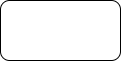
This is Images/CrossEncoder/random_erasing_v2.png from PDD0911-HCMUS/SG-Retrieval, a draw.io export, as it was before one commit. Source tidied: cells renumbered, new cells last; positions are measured from the earlier drawing's top-left corner, leaving out a move shared by most shapes.
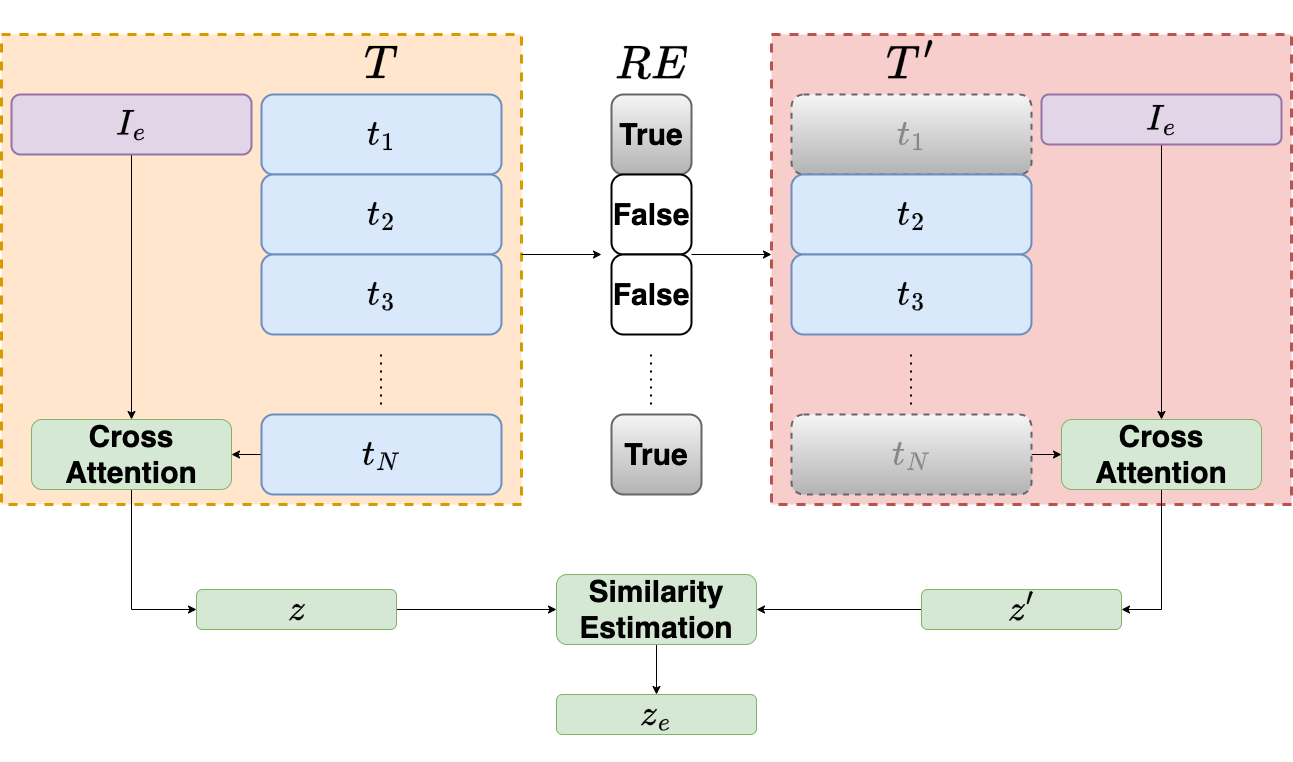
Above is the later version.

Change to the diagram source:
```diff
@@ -1,9 +1,138 @@
-<mxGraphModel>
+<mxGraphModel math="1">
   <root>
     <mxCell id="0" />
     <mxCell id="1" parent="0" />
+    <mxCell id="3" style="rounded=0;whiteSpace=wrap;html=1;dashed=1;fillColor=#f8cecc;strokeColor=#b85450;strokeWidth=3;" parent="1" vertex="1">
+      <mxGeometry x="510" y="-60" width="520" height="470" as="geometry" />
+    </mxCell>
+    <mxCell id="4" style="rounded=0;whiteSpace=wrap;html=1;dashed=1;fillColor=#ffe6cc;strokeColor=#d79b00;strokeWidth=3;" parent="1" vertex="1">
+      <mxGeometry x="-260" y="-60" width="520" height="470" as="geometry" />
+    </mxCell>
-    <mxCell id="2" style="rounded=1;whiteSpace=wrap;html=1;" parent="1" vertex="1">
-      <mxGeometry width="120" height="60" as="geometry" />
+    <mxCell id="2" value="$$t_1$$" style="rounded=1;whiteSpace=wrap;html=1;fontSize=30;fontStyle=1;fillColor=#dae8fc;strokeColor=#6c8ebf;strokeWidth=2;" parent="1" vertex="1">
+      <mxGeometry width="240" height="80" as="geometry" />
     </mxCell>
+    <mxCell id="5" value="$$t_2$$" style="rounded=1;whiteSpace=wrap;html=1;fontSize=30;fontStyle=1;fillColor=#dae8fc;strokeColor=#6c8ebf;strokeWidth=2;" parent="1" vertex="1">
+      <mxGeometry y="80" width="240" height="80" as="geometry" />
+    </mxCell>
+    <mxCell id="6" value="$$t_3$$" style="rounded=1;whiteSpace=wrap;html=1;fontSize=30;fontStyle=1;fillColor=#dae8fc;strokeColor=#6c8ebf;strokeWidth=2;" parent="1" vertex="1">
+      <mxGeometry y="160" width="240" height="80" as="geometry" />
+    </mxCell>
+    <mxCell id="7" style="edgeStyle=orthogonalEdgeStyle;rounded=0;jettySize=auto;html=1;entryX=1;entryY=0.5;entryDx=0;entryDy=0;" parent="1" edge="1" source="8" target="33">
+      <mxGeometry relative="1" as="geometry" />
+    </mxCell>
+    <mxCell id="8" value="$$t_N$$" style="rounded=1;whiteSpace=wrap;html=1;fontSize=30;fontStyle=1;fillColor=#dae8fc;strokeColor=#6c8ebf;strokeWidth=2;" parent="1" vertex="1">
+      <mxGeometry y="320" width="240" height="80" as="geometry" />
+    </mxCell>
+    <mxCell id="9" style="endArrow=none;dashed=1;html=1;dashPattern=1 3;strokeWidth=2;rounded=0;fontSize=30;fontStyle=1;" parent="1" edge="1">
+      <mxGeometry relative="1" as="geometry">
+        <mxPoint x="119.5" y="310" as="sourcePoint" />
+        <mxPoint x="119.5" y="260" as="targetPoint" />
+      </mxGeometry>
+    </mxCell>
+    <mxCell id="10" value="True" style="rounded=1;whiteSpace=wrap;html=1;fontSize=30;fontStyle=1;fillColor=#f5f5f5;gradientColor=#b3b3b3;strokeColor=#666666;strokeWidth=2;" parent="1" vertex="1">
+      <mxGeometry x="350" width="80" height="80" as="geometry" />
+    </mxCell>
+    <mxCell id="11" value="False" style="rounded=1;whiteSpace=wrap;html=1;fontSize=30;fontStyle=1;strokeWidth=2;" parent="1" vertex="1">
+      <mxGeometry x="350" y="80" width="80" height="80" as="geometry" />
+    </mxCell>
+    <mxCell id="12" value="False" style="rounded=1;whiteSpace=wrap;html=1;fontSize=30;fontStyle=1;strokeWidth=2;" parent="1" vertex="1">
+      <mxGeometry x="350" y="160" width="80" height="80" as="geometry" />
+    </mxCell>
+    <mxCell id="13" value="True" style="rounded=1;whiteSpace=wrap;html=1;fontSize=30;fontStyle=1;fillColor=#f5f5f5;gradientColor=#b3b3b3;strokeColor=#666666;strokeWidth=2;" parent="1" vertex="1">
+      <mxGeometry x="350" y="320" width="90" height="80" as="geometry" />
+    </mxCell>
+    <mxCell id="14" style="endArrow=none;dashed=1;html=1;dashPattern=1 3;strokeWidth=2;rounded=0;fontSize=30;fontStyle=1;" parent="1" edge="1">
+      <mxGeometry relative="1" as="geometry">
+        <mxPoint x="389.5" y="310" as="sourcePoint" />
+        <mxPoint x="389.5" y="260" as="targetPoint" />
+      </mxGeometry>
+    </mxCell>
+    <mxCell id="15" value="$$t_1$$" style="rounded=1;whiteSpace=wrap;html=1;fontSize=30;fontStyle=1;fillColor=#f5f5f5;strokeColor=#666666;gradientColor=#b3b3b3;fontColor=#878787;strokeWidth=2;dashed=1;" parent="1" vertex="1">
+      <mxGeometry x="530" width="240" height="80" as="geometry" />
+    </mxCell>
+    <mxCell id="16" value="$$t_2$$" style="rounded=1;whiteSpace=wrap;html=1;fontSize=30;fontStyle=1;strokeWidth=2;fillColor=#dae8fc;strokeColor=#6c8ebf;" parent="1" vertex="1">
+      <mxGeometry x="530" y="80" width="240" height="80" as="geometry" />
+    </mxCell>
+    <mxCell id="17" value="$$t_3$$" style="rounded=1;whiteSpace=wrap;html=1;fontSize=30;fontStyle=1;strokeWidth=2;fillColor=#dae8fc;strokeColor=#6c8ebf;" parent="1" vertex="1">
+      <mxGeometry x="530" y="160" width="240" height="80" as="geometry" />
+    </mxCell>
+    <mxCell id="18" style="edgeStyle=orthogonalEdgeStyle;rounded=0;jettySize=auto;html=1;entryX=0;entryY=0.5;entryDx=0;entryDy=0;" parent="1" edge="1" source="19" target="39">
+      <mxGeometry relative="1" as="geometry" />
+    </mxCell>
+    <mxCell id="19" value="$$t_N$$" style="rounded=1;whiteSpace=wrap;html=1;fontSize=30;fontStyle=1;fillColor=#f5f5f5;strokeColor=#666666;gradientColor=#b3b3b3;fontColor=#878787;strokeWidth=2;dashed=1;" parent="1" vertex="1">
+      <mxGeometry x="530" y="320" width="240" height="80" as="geometry" />
+    </mxCell>
+    <mxCell id="20" style="endArrow=none;dashed=1;html=1;dashPattern=1 3;strokeWidth=2;rounded=0;fontSize=30;fontStyle=1;" parent="1" edge="1">
+      <mxGeometry relative="1" as="geometry">
+        <mxPoint x="649.5" y="310" as="sourcePoint" />
+        <mxPoint x="649.5" y="260" as="targetPoint" />
+      </mxGeometry>
+    </mxCell>
+    <mxCell id="21" value="$$T$$" style="text;html=1;align=center;verticalAlign=middle;whiteSpace=wrap;rounded=0;fontSize=40;strokeWidth=2;" parent="1" vertex="1">
+      <mxGeometry x="105" y="-50" width="30" height="40" as="geometry" />
+    </mxCell>
+    <mxCell id="22" value="$$RE$$" style="text;html=1;align=center;verticalAlign=middle;whiteSpace=wrap;rounded=0;fontSize=40;strokeWidth=2;" parent="1" vertex="1">
+      <mxGeometry x="375" y="-50" width="30" height="40" as="geometry" />
+    </mxCell>
+    <mxCell id="23" value="$$T'$$" style="text;html=1;align=center;verticalAlign=middle;whiteSpace=wrap;rounded=0;fontSize=40;strokeWidth=2;" parent="1" vertex="1">
+      <mxGeometry x="635" y="-50" width="30" height="40" as="geometry" />
+    </mxCell>
+    <mxCell id="24" style="endArrow=classic;html=1;rounded=0;" parent="1" edge="1">
+      <mxGeometry relative="1" as="geometry">
+        <mxPoint x="260" y="160" as="sourcePoint" />
+        <mxPoint x="340" y="160" as="targetPoint" />
+      </mxGeometry>
+    </mxCell>
+    <mxCell id="25" style="endArrow=classic;html=1;rounded=0;" parent="1" edge="1">
+      <mxGeometry relative="1" as="geometry">
+        <mxPoint x="430" y="160" as="sourcePoint" />
+        <mxPoint x="510" y="160" as="targetPoint" />
+      </mxGeometry>
+    </mxCell>
+    <mxCell id="26" style="edgeStyle=orthogonalEdgeStyle;rounded=0;jettySize=auto;html=1;entryX=0.5;entryY=0;entryDx=0;entryDy=0;" parent="1" edge="1" source="27" target="40">
+      <mxGeometry relative="1" as="geometry" />
+    </mxCell>
+    <mxCell id="27" value="Similarity Estimation" style="rounded=1;whiteSpace=wrap;html=1;fontSize=30;fontStyle=1;fillColor=#d5e8d4;strokeColor=#82b366;" parent="1" vertex="1">
+      <mxGeometry x="295" y="480" width="200" height="70" as="geometry" />
+    </mxCell>
+    <mxCell id="28" style="edgeStyle=orthogonalEdgeStyle;rounded=0;jettySize=auto;html=1;entryX=0.5;entryY=0;entryDx=0;entryDy=0;" parent="1" edge="1" source="29" target="33">
+      <mxGeometry relative="1" as="geometry" />
+    </mxCell>
+    <mxCell id="29" value="$$I_e$$" style="rounded=1;whiteSpace=wrap;html=1;fontSize=30;fontStyle=1;fillColor=#e1d5e7;strokeColor=#9673a6;strokeWidth=2;" parent="1" vertex="1">
+      <mxGeometry x="-250" width="240" height="60" as="geometry" />
+    </mxCell>
+    <mxCell id="30" style="edgeStyle=orthogonalEdgeStyle;rounded=0;jettySize=auto;html=1;" parent="1" edge="1" source="31" target="39">
+      <mxGeometry relative="1" as="geometry" />
+    </mxCell>
+    <mxCell id="31" value="$$I_e$$" style="rounded=1;whiteSpace=wrap;html=1;fontSize=30;fontStyle=1;fillColor=#e1d5e7;strokeColor=#9673a6;strokeWidth=2;" parent="1" vertex="1">
+      <mxGeometry x="780" width="240" height="50" as="geometry" />
+    </mxCell>
+    <mxCell id="32" style="edgeStyle=orthogonalEdgeStyle;rounded=0;jettySize=auto;html=1;entryX=0;entryY=0.5;entryDx=0;entryDy=0;" parent="1" edge="1" source="33" target="35">
+      <mxGeometry relative="1" as="geometry" />
+    </mxCell>
+    <mxCell id="33" value="Cross Attention" style="rounded=1;whiteSpace=wrap;html=1;fontSize=30;fontStyle=1;fillColor=#d5e8d4;strokeColor=#82b366;" parent="1" vertex="1">
+      <mxGeometry x="-230" y="325" width="200" height="70" as="geometry" />
+    </mxCell>
+    <mxCell id="34" style="edgeStyle=orthogonalEdgeStyle;rounded=0;jettySize=auto;html=1;entryX=0;entryY=0.5;entryDx=0;entryDy=0;" parent="1" edge="1" source="35" target="27">
+      <mxGeometry relative="1" as="geometry" />
+    </mxCell>
+    <mxCell id="35" value="$$z$$" style="rounded=1;whiteSpace=wrap;html=1;fontSize=30;fontStyle=1;fillColor=#d5e8d4;strokeColor=#82b366;" parent="1" vertex="1">
+      <mxGeometry x="-65" y="495" width="200" height="40" as="geometry" />
+    </mxCell>
+    <mxCell id="36" style="edgeStyle=orthogonalEdgeStyle;rounded=0;jettySize=auto;html=1;entryX=1;entryY=0.5;entryDx=0;entryDy=0;" parent="1" edge="1" source="37" target="27">
+      <mxGeometry relative="1" as="geometry" />
+    </mxCell>
+    <mxCell id="37" value="$$z'$$" style="rounded=1;whiteSpace=wrap;html=1;fontSize=30;fontStyle=1;fillColor=#d5e8d4;strokeColor=#82b366;" parent="1" vertex="1">
+      <mxGeometry x="660" y="495" width="200" height="40" as="geometry" />
+    </mxCell>
+    <mxCell id="38" style="edgeStyle=orthogonalEdgeStyle;rounded=0;jettySize=auto;html=1;entryX=1;entryY=0.5;entryDx=0;entryDy=0;" parent="1" edge="1" source="39" target="37">
+      <mxGeometry relative="1" as="geometry" />
+    </mxCell>
+    <mxCell id="39" value="Cross Attention" style="rounded=1;whiteSpace=wrap;html=1;fontSize=30;fontStyle=1;fillColor=#d5e8d4;strokeColor=#82b366;" parent="1" vertex="1">
+      <mxGeometry x="800" y="325" width="200" height="70" as="geometry" />
+    </mxCell>
+    <mxCell id="40" value="$$z_e$$" style="rounded=1;whiteSpace=wrap;html=1;fontSize=30;fontStyle=1;fillColor=#d5e8d4;strokeColor=#82b366;" parent="1" vertex="1">
+      <mxGeometry x="295" y="600" width="200" height="40" as="geometry" />
+    </mxCell>
   </root>
 </mxGraphModel>
```
